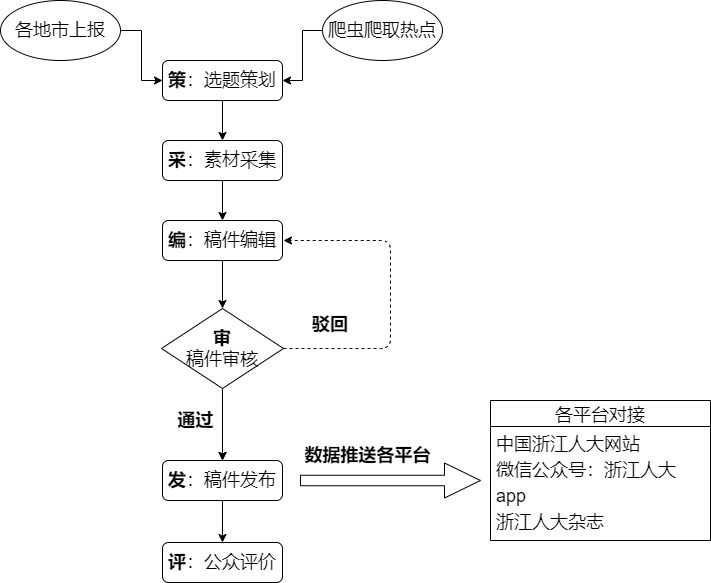
Earlier version of the draw.io export Untitled Diagram.png (yangJinRui325/note). Source tidied: cells renumbered, new cells last; positions are measured from the earlier drawing's top-left corner, leaving out a move shared by most shapes.
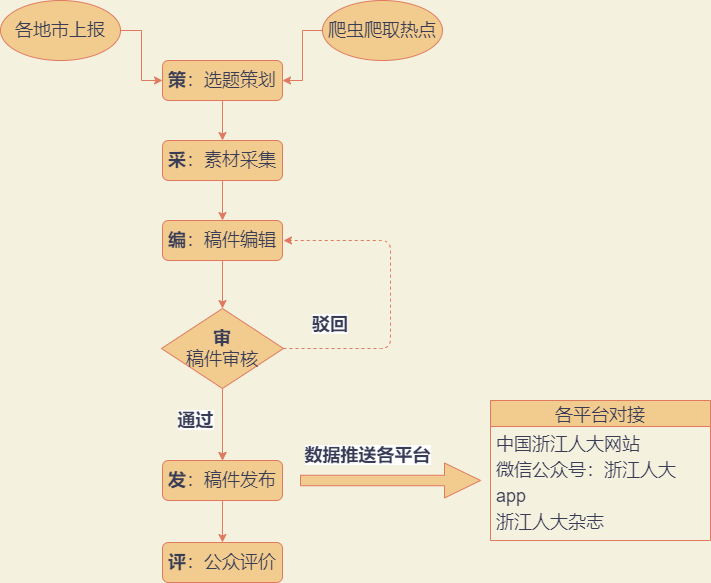
After the commit.

Diff of the diagram source:
```diff
@@ -1,53 +1,53 @@
-<mxGraphModel>
+<mxGraphModel background="#F4F1DE">
   <root>
     <mxCell id="0" />
     <mxCell id="1" parent="0" />
-    <mxCell id="2" style="edgeStyle=orthogonalEdgeStyle;rounded=0;jettySize=auto;html=1;" parent="1" edge="1" source="3" target="7">
+    <mxCell id="2" style="edgeStyle=orthogonalEdgeStyle;rounded=0;jettySize=auto;html=1;labelBackgroundColor=#F4F1DE;strokeColor=#E07A5F;fontColor=#393C56;" parent="1" edge="1" source="3" target="7">
       <mxGeometry relative="1" as="geometry" />
     </mxCell>
-    <mxCell id="3" value="&lt;font style=&quot;font-size: 18px&quot;&gt;&lt;b&gt;策&lt;/b&gt;：选题策划&lt;/font&gt;" style="rounded=1;whiteSpace=wrap;html=1;fontSize=12;glass=0;strokeWidth=1;shadow=0;" parent="1" vertex="1">
+    <mxCell id="3" value="&lt;font style=&quot;font-size: 18px&quot;&gt;&lt;b&gt;策&lt;/b&gt;：选题策划&lt;/font&gt;" style="rounded=1;whiteSpace=wrap;html=1;fontSize=12;glass=0;strokeWidth=1;shadow=0;fillColor=#F2CC8F;strokeColor=#E07A5F;fontColor=#393C56;" parent="1" vertex="1">
       <mxGeometry x="162" y="60" width="120" height="40" as="geometry" />
     </mxCell>
-    <mxCell id="4" style="edgeStyle=orthogonalEdgeStyle;rounded=0;jettySize=auto;html=1;" parent="1" edge="1" source="5" target="15">
+    <mxCell id="4" style="edgeStyle=orthogonalEdgeStyle;rounded=0;jettySize=auto;html=1;labelBackgroundColor=#F4F1DE;strokeColor=#E07A5F;fontColor=#393C56;" parent="1" edge="1" source="5" target="15">
       <mxGeometry relative="1" as="geometry" />
     </mxCell>
-    <mxCell id="5" value="&lt;font style=&quot;font-size: 18px&quot;&gt;&lt;b&gt;编&lt;/b&gt;：稿件编辑&lt;/font&gt;" style="rounded=1;whiteSpace=wrap;html=1;fontSize=12;glass=0;strokeWidth=1;shadow=0;" parent="1" vertex="1">
+    <mxCell id="5" value="&lt;font style=&quot;font-size: 18px&quot;&gt;&lt;b&gt;编&lt;/b&gt;：稿件编辑&lt;/font&gt;" style="rounded=1;whiteSpace=wrap;html=1;fontSize=12;glass=0;strokeWidth=1;shadow=0;fillColor=#F2CC8F;strokeColor=#E07A5F;fontColor=#393C56;" parent="1" vertex="1">
       <mxGeometry x="162" y="220" width="120" height="40" as="geometry" />
     </mxCell>
-    <mxCell id="6" style="edgeStyle=orthogonalEdgeStyle;rounded=0;jettySize=auto;html=1;" parent="1" edge="1" source="7" target="5">
+    <mxCell id="6" style="edgeStyle=orthogonalEdgeStyle;rounded=0;jettySize=auto;html=1;labelBackgroundColor=#F4F1DE;strokeColor=#E07A5F;fontColor=#393C56;" parent="1" edge="1" source="7" target="5">
       <mxGeometry relative="1" as="geometry" />
     </mxCell>
-    <mxCell id="7" value="&lt;font style=&quot;font-size: 18px&quot;&gt;&lt;b&gt;采&lt;/b&gt;：素材采集&lt;/font&gt;" style="rounded=1;whiteSpace=wrap;html=1;fontSize=12;glass=0;strokeWidth=1;shadow=0;" parent="1" vertex="1">
+    <mxCell id="7" value="&lt;font style=&quot;font-size: 18px&quot;&gt;&lt;b&gt;采&lt;/b&gt;：素材采集&lt;/font&gt;" style="rounded=1;whiteSpace=wrap;html=1;fontSize=12;glass=0;strokeWidth=1;shadow=0;fillColor=#F2CC8F;strokeColor=#E07A5F;fontColor=#393C56;" parent="1" vertex="1">
       <mxGeometry x="162" y="140" width="120" height="40" as="geometry" />
     </mxCell>
-    <mxCell id="8" style="edgeStyle=orthogonalEdgeStyle;rounded=0;jettySize=auto;html=1;" parent="1" edge="1" source="9" target="3">
+    <mxCell id="8" style="edgeStyle=orthogonalEdgeStyle;rounded=0;jettySize=auto;html=1;labelBackgroundColor=#F4F1DE;strokeColor=#E07A5F;fontColor=#393C56;" parent="1" edge="1" source="9" target="3">
       <mxGeometry relative="1" as="geometry" />
     </mxCell>
-    <mxCell id="9" value="&lt;font style=&quot;font-size: 18px&quot;&gt;爬虫爬取热点&lt;/font&gt;" style="ellipse;whiteSpace=wrap;html=1;rounded=1;shadow=0;strokeWidth=1;glass=0;" parent="1" vertex="1">
+    <mxCell id="9" value="&lt;font style=&quot;font-size: 18px&quot;&gt;爬虫爬取热点&lt;/font&gt;" style="ellipse;whiteSpace=wrap;html=1;rounded=1;shadow=0;strokeWidth=1;glass=0;fillColor=#F2CC8F;strokeColor=#E07A5F;fontColor=#393C56;" parent="1" vertex="1">
       <mxGeometry x="322" width="120" height="60" as="geometry" />
     </mxCell>
-    <mxCell id="10" style="edgeStyle=orthogonalEdgeStyle;rounded=0;jettySize=auto;html=1;" parent="1" edge="1" source="11" target="3">
+    <mxCell id="10" style="edgeStyle=orthogonalEdgeStyle;rounded=0;jettySize=auto;html=1;labelBackgroundColor=#F4F1DE;strokeColor=#E07A5F;fontColor=#393C56;" parent="1" edge="1" source="11" target="3">
       <mxGeometry relative="1" as="geometry" />
     </mxCell>
-    <mxCell id="11" value="&lt;font style=&quot;font-size: 18px&quot;&gt;各地市上报&lt;/font&gt;" style="ellipse;whiteSpace=wrap;html=1;rounded=1;shadow=0;strokeWidth=1;glass=0;" parent="1" vertex="1">
+    <mxCell id="11" value="&lt;font style=&quot;font-size: 18px&quot;&gt;各地市上报&lt;/font&gt;" style="ellipse;whiteSpace=wrap;html=1;rounded=1;shadow=0;strokeWidth=1;glass=0;fillColor=#F2CC8F;strokeColor=#E07A5F;fontColor=#393C56;" parent="1" vertex="1">
       <mxGeometry width="120" height="60" as="geometry" />
     </mxCell>
-    <mxCell id="12" value="&lt;font style=&quot;font-size: 18px&quot;&gt;&lt;b&gt;发&lt;/b&gt;：稿件发布&lt;/font&gt;" style="rounded=1;whiteSpace=wrap;html=1;fontSize=12;glass=0;strokeWidth=1;shadow=0;" parent="1" vertex="1">
+    <mxCell id="12" value="&lt;font style=&quot;font-size: 18px&quot;&gt;&lt;b&gt;发&lt;/b&gt;：稿件发布&lt;/font&gt;" style="rounded=1;whiteSpace=wrap;html=1;fontSize=12;glass=0;strokeWidth=1;shadow=0;fillColor=#F2CC8F;strokeColor=#E07A5F;fontColor=#393C56;" parent="1" vertex="1">
       <mxGeometry x="162" y="460" width="120" height="40" as="geometry" />
     </mxCell>
-    <mxCell id="13" style="edgeStyle=orthogonalEdgeStyle;rounded=0;jettySize=auto;html=1;" parent="1" edge="1" source="15" target="12">
+    <mxCell id="13" style="edgeStyle=orthogonalEdgeStyle;rounded=0;jettySize=auto;html=1;labelBackgroundColor=#F4F1DE;strokeColor=#E07A5F;fontColor=#393C56;" parent="1" edge="1" source="15" target="12">
       <mxGeometry relative="1" as="geometry" />
     </mxCell>
-    <mxCell id="14" style="edgeStyle=orthogonalEdgeStyle;rounded=0;jettySize=auto;html=1;" parent="1" edge="1" source="15" target="12">
+    <mxCell id="14" style="edgeStyle=orthogonalEdgeStyle;rounded=0;jettySize=auto;html=1;labelBackgroundColor=#F4F1DE;strokeColor=#E07A5F;fontColor=#393C56;" parent="1" edge="1" source="15" target="12">
       <mxGeometry relative="1" as="geometry" />
     </mxCell>
-    <mxCell id="15" value="&lt;font style=&quot;font-size: 18px&quot;&gt;&lt;b&gt;审&lt;/b&gt;&lt;br&gt;稿件审核&lt;br&gt;&lt;/font&gt;" style="rhombus;whiteSpace=wrap;html=1;" parent="1" vertex="1">
+    <mxCell id="15" value="&lt;font style=&quot;font-size: 18px&quot;&gt;&lt;b&gt;审&lt;/b&gt;&lt;br&gt;稿件审核&lt;br&gt;&lt;/font&gt;" style="rhombus;whiteSpace=wrap;html=1;fillColor=#F2CC8F;strokeColor=#E07A5F;fontColor=#393C56;" parent="1" vertex="1">
       <mxGeometry x="161" y="308" width="122" height="80" as="geometry" />
     </mxCell>
-    <mxCell id="16" value="&lt;b&gt;&lt;font style=&quot;font-size: 18px ; background-color: rgb(255 , 255 , 255)&quot;&gt;通过&lt;/font&gt;&lt;/b&gt;" style="text;html=1;align=center;verticalAlign=middle;strokeColor=none;" parent="1" vertex="1">
+    <mxCell id="16" value="&lt;b&gt;&lt;font style=&quot;font-size: 18px ; background-color: rgb(255 , 255 , 255)&quot;&gt;通过&lt;/font&gt;&lt;/b&gt;" style="text;html=1;align=center;verticalAlign=middle;strokeColor=none;fontColor=#393C56;" parent="1" vertex="1">
       <mxGeometry x="170" y="410" width="50" height="20" as="geometry" />
     </mxCell>
-    <mxCell id="17" style="edgeStyle=elbowEdgeStyle;elbow=horizontal;endArrow=classic;html=1;dashed=1;fontSize=18;exitX=1;exitY=0.5;exitDx=0;exitDy=0;" parent="1" edge="1" source="15">
+    <mxCell id="17" style="edgeStyle=elbowEdgeStyle;elbow=horizontal;endArrow=classic;html=1;dashed=1;fontSize=18;exitX=1;exitY=0.5;exitDx=0;exitDy=0;labelBackgroundColor=#F4F1DE;strokeColor=#E07A5F;fontColor=#393C56;" parent="1" edge="1" source="15">
       <mxGeometry relative="1" as="geometry">
         <mxPoint x="283" y="240" as="targetPoint" />
         <Array as="points">
@@ -56,34 +56,34 @@
         </Array>
       </mxGeometry>
     </mxCell>
-    <mxCell id="18" value="&lt;div style=&quot;text-align: center&quot;&gt;&lt;font face=&quot;helvetica&quot;&gt;&lt;span style=&quot;background-color: rgb(255 , 255 , 255)&quot;&gt;&lt;b&gt;驳回&lt;/b&gt;&lt;/span&gt;&lt;/font&gt;&lt;/div&gt;" style="text;whiteSpace=wrap;html=1;fontSize=18;" parent="1" vertex="1">
+    <mxCell id="18" value="&lt;div style=&quot;text-align: center&quot;&gt;&lt;font face=&quot;helvetica&quot;&gt;&lt;span style=&quot;background-color: rgb(255 , 255 , 255)&quot;&gt;&lt;b&gt;驳回&lt;/b&gt;&lt;/span&gt;&lt;/font&gt;&lt;/div&gt;" style="text;whiteSpace=wrap;html=1;fontSize=18;fontColor=#393C56;" parent="1" vertex="1">
       <mxGeometry x="310" y="307" width="60" height="40" as="geometry" />
     </mxCell>
-    <mxCell id="19" style="shape=singleArrow;whiteSpace=wrap;html=1;fontSize=18;" parent="1" vertex="1">
+    <mxCell id="19" style="shape=singleArrow;whiteSpace=wrap;html=1;fontSize=18;fillColor=#F2CC8F;strokeColor=#E07A5F;fontColor=#393C56;" parent="1" vertex="1">
       <mxGeometry x="300" y="462.5" width="180" height="35" as="geometry" />
     </mxCell>
-    <mxCell id="20" value="&lt;b&gt;&lt;font style=&quot;font-size: 18px ; background-color: rgb(255 , 255 , 255)&quot;&gt;数据推送各平台&lt;/font&gt;&lt;/b&gt;" style="text;html=1;align=center;verticalAlign=middle;strokeColor=none;" parent="1" vertex="1">
+    <mxCell id="20" value="&lt;b&gt;&lt;font style=&quot;font-size: 18px ; background-color: rgb(255 , 255 , 255)&quot;&gt;数据推送各平台&lt;/font&gt;&lt;/b&gt;" style="text;html=1;align=center;verticalAlign=middle;strokeColor=none;fontColor=#393C56;" parent="1" vertex="1">
       <mxGeometry x="297" y="445" width="140" height="20" as="geometry" />
     </mxCell>
-    <mxCell id="21" value="各平台对接" style="swimlane;fontStyle=0;horizontal=1;startSize=26;fontSize=18;" parent="1" vertex="1">
+    <mxCell id="21" value="各平台对接" style="swimlane;fontStyle=0;horizontal=1;startSize=26;fontSize=18;fillColor=#F2CC8F;strokeColor=#E07A5F;fontColor=#393C56;" parent="1" vertex="1">
       <mxGeometry x="490" y="400" width="220" height="140" as="geometry" />
     </mxCell>
-    <mxCell id="22" value="中国浙江人大网站" style="text;strokeColor=none;fillColor=none;align=left;verticalAlign=top;spacingLeft=4;spacingRight=4;overflow=hidden;fontSize=18;" parent="21" vertex="1">
+    <mxCell id="22" value="中国浙江人大网站" style="text;strokeColor=none;fillColor=none;align=left;verticalAlign=top;spacingLeft=4;spacingRight=4;overflow=hidden;fontSize=18;fontColor=#393C56;" parent="21" vertex="1">
       <mxGeometry y="26" width="220" height="26" as="geometry" />
     </mxCell>
-    <mxCell id="23" value="微信公众号：浙江人大" style="text;strokeColor=none;fillColor=none;align=left;verticalAlign=top;spacingLeft=4;spacingRight=4;overflow=hidden;fontSize=18;" parent="21" vertex="1">
+    <mxCell id="23" value="微信公众号：浙江人大" style="text;strokeColor=none;fillColor=none;align=left;verticalAlign=top;spacingLeft=4;spacingRight=4;overflow=hidden;fontSize=18;fontColor=#393C56;" parent="21" vertex="1">
       <mxGeometry y="52" width="220" height="26" as="geometry" />
     </mxCell>
-    <mxCell id="24" value="app" style="text;strokeColor=none;fillColor=none;align=left;verticalAlign=top;spacingLeft=4;spacingRight=4;overflow=hidden;fontSize=18;" parent="21" vertex="1">
+    <mxCell id="24" value="app" style="text;strokeColor=none;fillColor=none;align=left;verticalAlign=top;spacingLeft=4;spacingRight=4;overflow=hidden;fontSize=18;fontColor=#393C56;" parent="21" vertex="1">
       <mxGeometry y="78" width="220" height="26" as="geometry" />
     </mxCell>
-    <mxCell id="25" value="浙江人大杂志" style="text;strokeColor=none;fillColor=none;align=left;verticalAlign=top;spacingLeft=4;spacingRight=4;overflow=hidden;fontSize=18;" parent="21" vertex="1">
+    <mxCell id="25" value="浙江人大杂志" style="text;strokeColor=none;fillColor=none;align=left;verticalAlign=top;spacingLeft=4;spacingRight=4;overflow=hidden;fontSize=18;fontColor=#393C56;" parent="21" vertex="1">
       <mxGeometry y="104" width="220" height="36" as="geometry" />
     </mxCell>
-    <mxCell id="26" value="&lt;font style=&quot;font-size: 18px&quot;&gt;&lt;b&gt;评&lt;/b&gt;：公众评价&lt;/font&gt;" style="rounded=1;whiteSpace=wrap;html=1;fontSize=12;glass=0;strokeWidth=1;shadow=0;" parent="1" vertex="1">
+    <mxCell id="26" value="&lt;font style=&quot;font-size: 18px&quot;&gt;&lt;b&gt;评&lt;/b&gt;：公众评价&lt;/font&gt;" style="rounded=1;whiteSpace=wrap;html=1;fontSize=12;glass=0;strokeWidth=1;shadow=0;fillColor=#F2CC8F;strokeColor=#E07A5F;fontColor=#393C56;" parent="1" vertex="1">
       <mxGeometry x="162" y="542" width="120" height="40" as="geometry" />
     </mxCell>
-    <mxCell id="27" style="edgeStyle=orthogonalEdgeStyle;rounded=0;jettySize=auto;html=1;exitX=0.5;exitY=1;exitDx=0;exitDy=0;entryX=0.5;entryY=0;entryDx=0;entryDy=0;" parent="1" edge="1" source="12" target="26">
+    <mxCell id="27" style="edgeStyle=orthogonalEdgeStyle;rounded=0;jettySize=auto;html=1;exitX=0.5;exitY=1;exitDx=0;exitDy=0;entryX=0.5;entryY=0;entryDx=0;entryDy=0;labelBackgroundColor=#F4F1DE;strokeColor=#E07A5F;fontColor=#393C56;" parent="1" edge="1" source="12" target="26">
       <mxGeometry relative="1" as="geometry" />
     </mxCell>
   </root>
```
